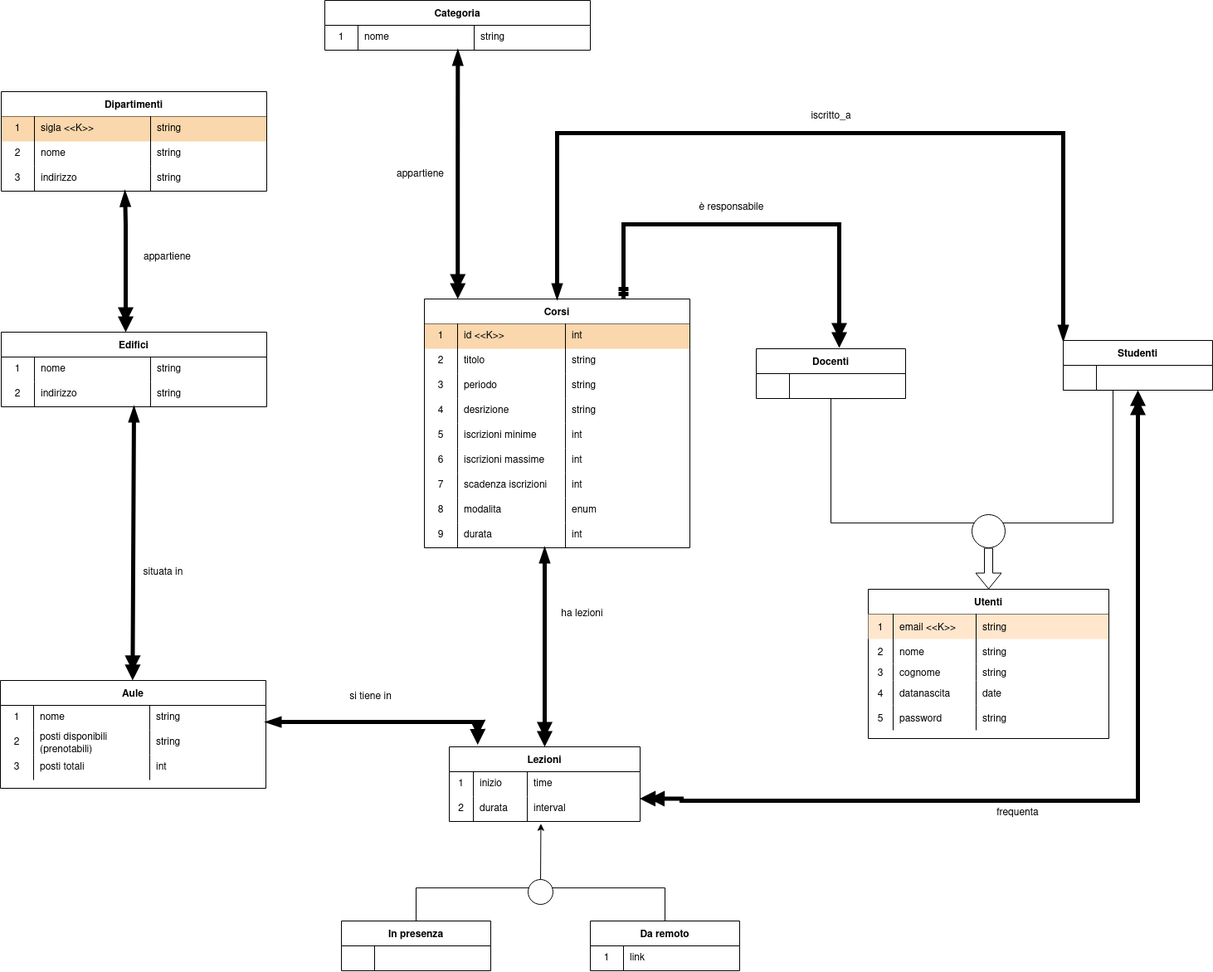
The draw.io diagram docs/SchemaOggetti.drawio.png in nicolamarizza/DbProject, before a commit. Source tidied: cells renumbered, new cells last; positions are measured from the earlier drawing's top-left corner, leaving out a move shared by most shapes.
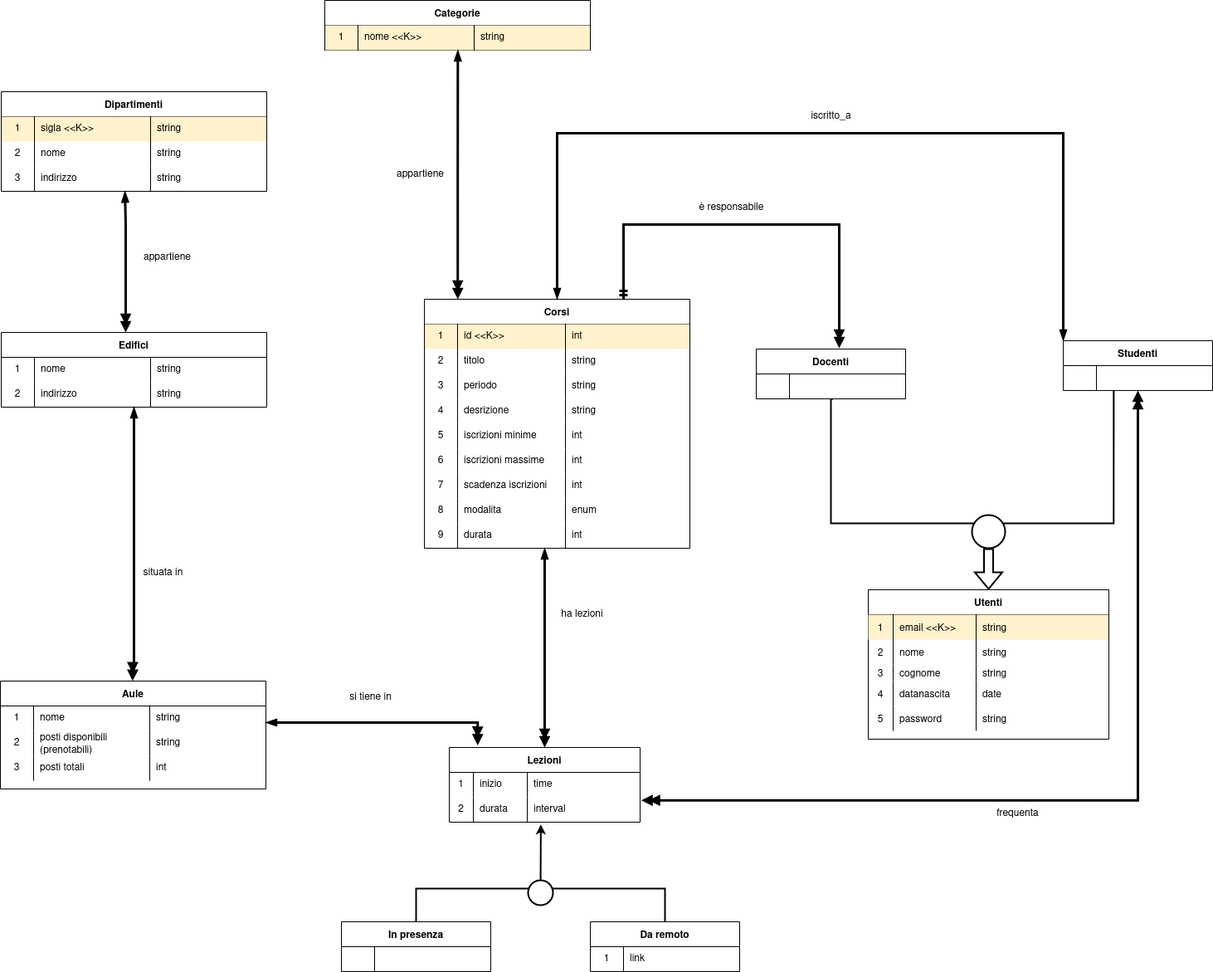
The same diagram one commit later.

Commit message:
schema relazionale

Diff of the diagram source:
```diff
@@ -2,7 +2,7 @@
   <root>
     <mxCell id="0" />
     <mxCell id="1" parent="0" />
-    <mxCell id="2" style="edgeStyle=orthogonalEdgeStyle;rounded=0;jettySize=auto;html=1;exitX=1;exitY=1;exitDx=0;exitDy=0;entryX=0;entryY=1;entryDx=0;entryDy=0;endArrow=none;endFill=0;" parent="1" edge="1" source="3" target="8">
+    <mxCell id="2" style="edgeStyle=orthogonalEdgeStyle;rounded=0;jettySize=auto;html=1;exitX=0.512;exitY=1.013;exitDx=0;exitDy=0;entryX=0.338;entryY=1.008;entryDx=0;entryDy=0;endArrow=none;endFill=0;strokeWidth=2;exitPerimeter=0;entryPerimeter=0;" parent="1" edge="1" source="4" target="9">
       <mxGeometry relative="1" as="geometry">
         <Array as="points">
           <mxPoint x="1001" y="480" />
@@ -24,12 +24,10 @@
     <mxCell id="6" style="shape=partialRectangle;html=1;whiteSpace=wrap;fillColor=none;top=0;left=0;bottom=0;right=0;align=left;spacingLeft=6;overflow=hidden;" parent="4" vertex="1">
       <mxGeometry x="40" width="140" height="30" as="geometry" />
     </mxCell>
-    <mxCell id="7" style="edgeStyle=orthogonalEdgeStyle;rounded=0;jettySize=auto;html=1;exitX=0.5;exitY=1;exitDx=0;exitDy=0;startArrow=doubleBlock;startFill=1;endArrow=doubleBlock;endFill=1;strokeWidth=5;entryX=0.998;entryY=1.082;entryDx=0;entryDy=0;entryPerimeter=0;" parent="1" edge="1" source="8" target="18">
+    <mxCell id="7" style="edgeStyle=orthogonalEdgeStyle;rounded=0;jettySize=auto;html=1;exitX=0.5;exitY=1;exitDx=0;exitDy=0;startArrow=doubleBlock;startFill=1;endArrow=doubleBlock;endFill=1;strokeWidth=3;entryX=1.006;entryY=0.123;entryDx=0;entryDy=0;entryPerimeter=0;" parent="1" edge="1" source="8" target="22">
       <mxGeometry relative="1" as="geometry">
         <Array as="points">
-          <mxPoint x="1371" y="965" />
-          <mxPoint x="821" y="965" />
-          <mxPoint x="821" y="963" />
+          <mxPoint x="1371" y="964" />
         </Array>
       </mxGeometry>
     </mxCell>
@@ -45,15 +43,15 @@
     <mxCell id="11" style="shape=partialRectangle;html=1;whiteSpace=wrap;fillColor=none;top=0;left=0;bottom=0;right=0;align=left;spacingLeft=6;overflow=hidden;" parent="9" vertex="1">
       <mxGeometry x="40" width="140" height="30" as="geometry" />
     </mxCell>
-    <mxCell id="12" style="shape=flexArrow;endArrow=classic;html=1;rounded=0;entryX=0.5;entryY=0;entryDx=0;entryDy=0;exitX=0.5;exitY=1;exitDx=0;exitDy=0;" parent="1" edge="1" source="13">
+    <mxCell id="12" style="shape=flexArrow;endArrow=classic;html=1;rounded=0;entryX=0.5;entryY=0;entryDx=0;entryDy=0;exitX=0.5;exitY=1;exitDx=0;exitDy=0;strokeWidth=2;" parent="1" edge="1" source="13">
       <mxGeometry relative="1" as="geometry">
         <mxPoint x="1191" y="710" as="targetPoint" />
       </mxGeometry>
     </mxCell>
-    <mxCell id="13" style="ellipse;whiteSpace=wrap;html=1;" parent="1" vertex="1">
+    <mxCell id="13" style="ellipse;whiteSpace=wrap;html=1;strokeWidth=2;" parent="1" vertex="1">
       <mxGeometry x="1171" y="620" width="40" height="40" as="geometry" />
     </mxCell>
-    <mxCell id="14" style="edgeStyle=orthogonalEdgeStyle;rounded=0;jettySize=auto;html=1;endArrow=doubleBlock;endFill=1;strokeWidth=5;startArrow=ERmandOne;startFill=0;exitX=0.75;exitY=0;exitDx=0;exitDy=0;" parent="1" edge="1" source="26">
+    <mxCell id="14" style="edgeStyle=orthogonalEdgeStyle;rounded=0;jettySize=auto;html=1;endArrow=doubleBlock;endFill=1;strokeWidth=3;startArrow=ERmandOne;startFill=0;exitX=0.75;exitY=0;exitDx=0;exitDy=0;" parent="1" edge="1" source="26">
       <mxGeometry relative="1" as="geometry">
         <mxPoint x="1011" y="419" as="targetPoint" />
         <Array as="points">
@@ -62,7 +60,7 @@
         </Array>
       </mxGeometry>
     </mxCell>
-    <mxCell id="15" style="edgeStyle=orthogonalEdgeStyle;rounded=0;jettySize=auto;html=1;exitX=0.5;exitY=0;exitDx=0;exitDy=0;startArrow=doubleBlock;startFill=1;endArrow=blockThin;endFill=1;strokeWidth=5;" parent="1" edge="1" source="17" target="59">
+    <mxCell id="15" style="edgeStyle=orthogonalEdgeStyle;rounded=0;jettySize=auto;html=1;exitX=0.5;exitY=0;exitDx=0;exitDy=0;startArrow=doubleBlock;startFill=1;endArrow=blockThin;endFill=1;strokeWidth=3;" parent="1" edge="1" source="17" target="59">
       <mxGeometry relative="1" as="geometry">
         <Array as="points">
           <mxPoint x="656" y="660" />
@@ -70,7 +68,7 @@
         </Array>
       </mxGeometry>
     </mxCell>
-    <mxCell id="16" style="edgeStyle=orthogonalEdgeStyle;rounded=0;jettySize=auto;html=1;exitX=0.149;exitY=-0.028;exitDx=0;exitDy=0;startArrow=doubleBlock;startFill=1;endArrow=blockThin;endFill=1;strokeWidth=5;exitPerimeter=0;" parent="1" edge="1" source="17" target="64">
+    <mxCell id="16" style="edgeStyle=orthogonalEdgeStyle;rounded=0;jettySize=auto;html=1;exitX=0.149;exitY=-0.028;exitDx=0;exitDy=0;startArrow=doubleBlock;startFill=1;endArrow=blockThin;endFill=1;strokeWidth=3;exitPerimeter=0;" parent="1" edge="1" source="17" target="64">
       <mxGeometry relative="1" as="geometry">
         <Array as="points">
           <mxPoint x="575" y="870" />
@@ -110,13 +108,13 @@
     <mxCell id="27" style="shape=tableRow;horizontal=0;startSize=0;swimlaneHead=0;swimlaneBody=0;top=0;left=0;bottom=0;right=0;fillColor=none;" parent="26" vertex="1">
       <mxGeometry y="30" width="320" height="30" as="geometry" />
     </mxCell>
-    <mxCell id="28" value="1" style="shape=partialRectangle;html=1;whiteSpace=wrap;fillColor=#fad7ac;top=0;left=1;bottom=0;right=1;overflow=hidden;strokeColor=#000000;" parent="27" vertex="1">
+    <mxCell id="28" value="1" style="shape=partialRectangle;html=1;whiteSpace=wrap;fillColor=#fff2cc;top=0;left=1;bottom=0;right=1;overflow=hidden;strokeColor=#000000;" parent="27" vertex="1">
       <mxGeometry width="40" height="30" as="geometry" />
     </mxCell>
-    <mxCell id="29" value="id &amp;lt;&amp;lt;K&amp;gt;&amp;gt;" style="shape=partialRectangle;html=1;whiteSpace=wrap;fillColor=#fad7ac;top=0;left=1;bottom=0;right=1;align=left;spacingLeft=6;overflow=hidden;strokeColor=#000000;" parent="27" vertex="1">
+    <mxCell id="29" value="id &amp;lt;&amp;lt;K&amp;gt;&amp;gt;" style="shape=partialRectangle;html=1;whiteSpace=wrap;fillColor=#fff2cc;top=0;left=1;bottom=0;right=1;align=left;spacingLeft=6;overflow=hidden;strokeColor=#000000;" parent="27" vertex="1">
       <mxGeometry x="40" width="130" height="30" as="geometry" />
     </mxCell>
-    <mxCell id="30" value="int" style="shape=partialRectangle;html=1;whiteSpace=wrap;fillColor=#fad7ac;top=0;left=1;bottom=0;right=1;align=left;spacingLeft=6;overflow=hidden;strokeColor=#000000;" parent="27" vertex="1">
+    <mxCell id="30" value="int" style="shape=partialRectangle;html=1;whiteSpace=wrap;fillColor=#fff2cc;top=0;left=1;bottom=0;right=1;align=left;spacingLeft=6;overflow=hidden;strokeColor=#000000;" parent="27" vertex="1">
       <mxGeometry x="170" width="150" height="30" as="geometry" />
     </mxCell>
     <mxCell id="31" style="shape=tableRow;horizontal=0;startSize=0;swimlaneHead=0;swimlaneBody=0;top=0;left=0;bottom=0;right=0;fillColor=none;" parent="26" vertex="1">
@@ -215,7 +213,7 @@
     <mxCell id="62" value="int" style="shape=partialRectangle;html=1;whiteSpace=wrap;fillColor=none;top=0;left=0;bottom=0;right=0;align=left;spacingLeft=6;overflow=hidden;" parent="59" vertex="1">
       <mxGeometry x="170" width="150" height="30" as="geometry" />
     </mxCell>
-    <mxCell id="63" style="edgeStyle=orthogonalEdgeStyle;rounded=0;jettySize=auto;html=1;entryX=0.5;entryY=1;entryDx=0;entryDy=0;startArrow=doubleBlock;startFill=1;endArrow=blockThin;endFill=1;strokeWidth=5;exitX=0.498;exitY=-0.001;exitDx=0;exitDy=0;exitPerimeter=0;" parent="1" edge="1" source="64" target="77">
+    <mxCell id="63" style="edgeStyle=orthogonalEdgeStyle;rounded=0;jettySize=auto;html=1;entryX=0.5;entryY=1;entryDx=0;entryDy=0;startArrow=doubleBlock;startFill=1;endArrow=blockThin;endFill=1;strokeWidth=3;exitX=0.498;exitY=-0.001;exitDx=0;exitDy=0;exitPerimeter=0;" parent="1" edge="1" source="64" target="77">
       <mxGeometry relative="1" as="geometry">
         <Array as="points">
           <mxPoint x="159" y="800" />
@@ -289,7 +287,7 @@
     <mxCell id="85" value="string" style="shape=partialRectangle;html=1;whiteSpace=wrap;fillColor=none;top=0;left=0;bottom=0;right=0;align=left;spacingLeft=6;overflow=hidden;" parent="82" vertex="1">
       <mxGeometry x="180" width="140" height="30" as="geometry" />
     </mxCell>
-    <mxCell id="86" style="edgeStyle=orthogonalEdgeStyle;rounded=0;jettySize=auto;html=1;exitX=0.5;exitY=0;exitDx=0;exitDy=0;entryX=0;entryY=0;entryDx=0;entryDy=0;startArrow=blockThin;startFill=1;endArrow=blockThin;endFill=1;strokeWidth=5;" parent="1" edge="1" source="26" target="8">
+    <mxCell id="86" style="edgeStyle=orthogonalEdgeStyle;rounded=0;jettySize=auto;html=1;exitX=0.5;exitY=0;exitDx=0;exitDy=0;entryX=0;entryY=0;entryDx=0;entryDy=0;startArrow=blockThin;startFill=1;endArrow=blockThin;endFill=1;strokeWidth=3;" parent="1" edge="1" source="26" target="8">
       <mxGeometry relative="1" as="geometry">
         <Array as="points">
           <mxPoint x="671" y="160" />
@@ -309,7 +307,7 @@
     <mxCell id="90" value="si tiene in" style="text;html=1;align=center;verticalAlign=middle;strokeColor=none;fillColor=none;" parent="1" vertex="1">
       <mxGeometry x="411" y="830" width="70" height="20" as="geometry" />
     </mxCell>
-    <mxCell id="91" style="edgeStyle=orthogonalEdgeStyle;rounded=0;jettySize=auto;html=1;exitX=0.5;exitY=0;exitDx=0;exitDy=0;entryX=0.5;entryY=0;entryDx=0;entryDy=0;startArrow=none;startFill=0;endArrow=none;endFill=0;strokeWidth=1;" parent="1" edge="1" source="92" target="96">
+    <mxCell id="91" style="edgeStyle=orthogonalEdgeStyle;rounded=0;jettySize=auto;html=1;exitX=0.5;exitY=0;exitDx=0;exitDy=0;entryX=0.5;entryY=0;entryDx=0;entryDy=0;startArrow=none;startFill=0;endArrow=none;endFill=0;strokeWidth=2;" parent="1" edge="1" source="92" target="96">
       <mxGeometry relative="1" as="geometry">
         <Array as="points">
           <mxPoint x="501" y="1070" />
@@ -341,12 +339,12 @@
     <mxCell id="99" value="link" style="shape=partialRectangle;html=1;whiteSpace=wrap;fillColor=none;top=0;left=0;bottom=0;right=0;align=left;spacingLeft=6;overflow=hidden;" parent="97" vertex="1">
       <mxGeometry x="40" width="140" height="30" as="geometry" />
     </mxCell>
-    <mxCell id="100" style="endArrow=classic;html=1;rounded=0;entryX=0.48;entryY=1.089;entryDx=0;entryDy=0;entryPerimeter=0;" parent="1" edge="1" target="22">
+    <mxCell id="100" style="endArrow=classic;html=1;rounded=0;entryX=0.48;entryY=1.089;entryDx=0;entryDy=0;entryPerimeter=0;strokeWidth=2;" parent="1" edge="1" target="22">
       <mxGeometry relative="1" as="geometry">
         <mxPoint x="651" y="1070" as="sourcePoint" />
       </mxGeometry>
     </mxCell>
-    <mxCell id="101" style="ellipse;whiteSpace=wrap;html=1;" parent="1" vertex="1">
+    <mxCell id="101" style="ellipse;whiteSpace=wrap;html=1;strokeWidth=2;" parent="1" vertex="1">
       <mxGeometry x="636" y="1060" width="30" height="30" as="geometry" />
     </mxCell>
     <mxCell id="102" value="ha lezioni" style="text;html=1;align=center;verticalAlign=middle;strokeColor=none;fillColor=none;" parent="1" vertex="1">
@@ -358,13 +356,13 @@
     <mxCell id="104" style="shape=tableRow;horizontal=0;startSize=0;swimlaneHead=0;swimlaneBody=0;fillColor=none;top=0;left=0;right=0;bottom=0;" parent="103" vertex="1">
       <mxGeometry y="30" width="290" height="30" as="geometry" />
     </mxCell>
-    <mxCell id="105" value="1" style="shape=partialRectangle;fillColor=#ffe6cc;top=0;left=0;bottom=0;right=1;overflow=hidden;strokeColor=#000000;perimeterSpacing=1;strokeWidth=1;" parent="104" vertex="1">
+    <mxCell id="105" value="1" style="shape=partialRectangle;fillColor=#fff2cc;top=0;left=0;bottom=0;right=1;overflow=hidden;strokeColor=#000000;perimeterSpacing=1;strokeWidth=1;" parent="104" vertex="1">
       <mxGeometry width="30" height="30" as="geometry" />
     </mxCell>
-    <mxCell id="106" value="email &lt;&lt;K&gt;&gt;   " style="shape=partialRectangle;fillColor=#ffe6cc;top=0;left=1;bottom=0;right=1;align=left;spacingLeft=6;overflow=hidden;strokeColor=#000000;perimeterSpacing=1;strokeWidth=1;" parent="104" vertex="1">
+    <mxCell id="106" value="email &lt;&lt;K&gt;&gt;   " style="shape=partialRectangle;fillColor=#fff2cc;top=0;left=1;bottom=0;right=1;align=left;spacingLeft=6;overflow=hidden;strokeColor=#000000;perimeterSpacing=1;strokeWidth=1;" parent="104" vertex="1">
       <mxGeometry x="30" width="100" height="30" as="geometry" />
     </mxCell>
-    <mxCell id="107" value="string    " style="shape=partialRectangle;fillColor=#ffe6cc;top=0;left=1;bottom=0;right=1;align=left;spacingLeft=6;overflow=hidden;strokeColor=#000000;strokeWidth=1;perimeterSpacing=0;" parent="104" vertex="1">
+    <mxCell id="107" value="string    " style="shape=partialRectangle;fillColor=#fff2cc;top=0;left=1;bottom=0;right=1;align=left;spacingLeft=6;overflow=hidden;strokeColor=#000000;strokeWidth=1;perimeterSpacing=0;" parent="104" vertex="1">
       <mxGeometry x="130" width="160" height="30" as="geometry" />
     </mxCell>
     <mxCell id="108" style="shape=tableRow;horizontal=0;startSize=0;swimlaneHead=0;swimlaneBody=0;fillColor=none;top=0;left=0;right=0;bottom=0;" parent="103" vertex="1">
@@ -421,13 +419,13 @@
     <mxCell id="125" style="shape=tableRow;horizontal=0;startSize=0;swimlaneHead=0;swimlaneBody=0;top=0;left=0;bottom=0;right=0;fillColor=none;" parent="124" vertex="1">
       <mxGeometry y="30" width="320" height="30" as="geometry" />
     </mxCell>
-    <mxCell id="126" value="1" style="shape=partialRectangle;html=1;whiteSpace=wrap;fillColor=#fad7ac;top=0;left=1;bottom=0;right=1;overflow=hidden;strokeColor=#000000;" parent="125" vertex="1">
+    <mxCell id="126" value="1" style="shape=partialRectangle;html=1;whiteSpace=wrap;fillColor=#fff2cc;top=0;left=1;bottom=0;right=1;overflow=hidden;strokeColor=#000000;" parent="125" vertex="1">
       <mxGeometry width="40" height="30" as="geometry" />
     </mxCell>
-    <mxCell id="127" value="sigla &amp;lt;&amp;lt;K&amp;gt;&amp;gt;" style="shape=partialRectangle;html=1;whiteSpace=wrap;fillColor=#fad7ac;top=0;left=1;bottom=0;right=1;align=left;spacingLeft=6;overflow=hidden;strokeColor=#000000;" parent="125" vertex="1">
+    <mxCell id="127" value="sigla &amp;lt;&amp;lt;K&amp;gt;&amp;gt;" style="shape=partialRectangle;html=1;whiteSpace=wrap;fillColor=#fff2cc;top=0;left=1;bottom=0;right=1;align=left;spacingLeft=6;overflow=hidden;strokeColor=#000000;" parent="125" vertex="1">
       <mxGeometry x="40" width="140" height="30" as="geometry" />
     </mxCell>
-    <mxCell id="128" value="string" style="shape=partialRectangle;html=1;whiteSpace=wrap;fillColor=#fad7ac;top=0;left=1;bottom=0;right=1;align=left;spacingLeft=6;overflow=hidden;strokeColor=#000000;" parent="125" vertex="1">
+    <mxCell id="128" value="string" style="shape=partialRectangle;html=1;whiteSpace=wrap;fillColor=#fff2cc;top=0;left=1;bottom=0;right=1;align=left;spacingLeft=6;overflow=hidden;strokeColor=#000000;" parent="125" vertex="1">
       <mxGeometry x="180" width="140" height="30" as="geometry" />
     </mxCell>
     <mxCell id="129" style="shape=tableRow;horizontal=0;startSize=0;swimlaneHead=0;swimlaneBody=0;top=0;left=0;bottom=0;right=0;fillColor=none;" parent="124" vertex="1">
@@ -454,7 +452,7 @@
     <mxCell id="136" value="string" style="shape=partialRectangle;html=1;whiteSpace=wrap;fillColor=none;top=0;left=0;bottom=0;right=0;align=left;spacingLeft=6;overflow=hidden;" parent="133" vertex="1">
       <mxGeometry x="180" width="140" height="30" as="geometry" />
     </mxCell>
-    <mxCell id="137" style="edgeStyle=orthogonalEdgeStyle;rounded=0;jettySize=auto;html=1;startArrow=doubleBlock;startFill=1;endArrow=blockThin;endFill=1;strokeWidth=5;entryX=0.466;entryY=1;entryDx=0;entryDy=0;entryPerimeter=0;" parent="1" edge="1" target="133">
+    <mxCell id="137" style="edgeStyle=orthogonalEdgeStyle;rounded=0;jettySize=auto;html=1;startArrow=doubleBlock;startFill=1;endArrow=blockThin;endFill=1;strokeWidth=3;entryX=0.466;entryY=1;entryDx=0;entryDy=0;entryPerimeter=0;" parent="1" edge="1" target="133">
       <mxGeometry relative="1" as="geometry">
         <mxPoint x="151" y="400" as="sourcePoint" />
         <Array as="points">
@@ -466,22 +464,22 @@
     <mxCell id="138" value="appartiene" style="text;html=1;align=center;verticalAlign=middle;strokeColor=none;fillColor=none;" parent="1" vertex="1">
       <mxGeometry x="166" y="300" width="70" height="20" as="geometry" />
     </mxCell>
-    <mxCell id="139" value="Categoria" style="shape=table;startSize=30;rowLines=0;fontStyle=1;" parent="1" vertex="1">
+    <mxCell id="139" value="Categorie" style="shape=table;startSize=30;rowLines=0;fontStyle=1;" parent="1" vertex="1">
       <mxGeometry x="391" width="320" height="60" as="geometry" />
     </mxCell>
     <mxCell id="140" style="shape=tableRow;horizontal=0;startSize=0;swimlaneHead=0;swimlaneBody=0;top=0;left=0;bottom=0;right=0;fillColor=none;points=[[0,0.5],[1,0.5]];portConstraint=eastwest;" parent="139" vertex="1">
       <mxGeometry y="30" width="320" height="30" as="geometry" />
     </mxCell>
-    <mxCell id="141" value="1" style="shape=partialRectangle;html=1;whiteSpace=wrap;fillColor=none;top=0;left=0;bottom=0;right=0;overflow=hidden;" parent="140" vertex="1">
+    <mxCell id="141" value="1" style="shape=partialRectangle;html=1;whiteSpace=wrap;fillColor=#fff2cc;top=0;left=1;bottom=0;right=1;overflow=hidden;strokeColor=#000000;" parent="140" vertex="1">
       <mxGeometry width="40" height="30" as="geometry" />
     </mxCell>
-    <mxCell id="142" value="nome" style="shape=partialRectangle;html=1;whiteSpace=wrap;fillColor=none;top=0;left=0;bottom=0;right=0;align=left;spacingLeft=6;overflow=hidden;" parent="140" vertex="1">
+    <mxCell id="142" value="nome &amp;lt;&amp;lt;K&amp;gt;&amp;gt;" style="shape=partialRectangle;html=1;whiteSpace=wrap;fillColor=#fff2cc;top=0;left=1;bottom=0;right=1;align=left;spacingLeft=6;overflow=hidden;strokeColor=#000000;" parent="140" vertex="1">
       <mxGeometry x="40" width="140" height="30" as="geometry" />
     </mxCell>
-    <mxCell id="143" value="string" style="shape=partialRectangle;html=1;whiteSpace=wrap;fillColor=none;top=0;left=0;bottom=0;right=0;align=left;spacingLeft=6;overflow=hidden;" parent="140" vertex="1">
+    <mxCell id="143" value="string" style="shape=partialRectangle;html=1;whiteSpace=wrap;fillColor=#fff2cc;top=0;left=1;bottom=0;right=1;align=left;spacingLeft=6;overflow=hidden;strokeColor=#000000;" parent="140" vertex="1">
       <mxGeometry x="180" width="140" height="30" as="geometry" />
     </mxCell>
-    <mxCell id="144" style="edgeStyle=orthogonalEdgeStyle;rounded=0;jettySize=auto;html=1;startArrow=doubleBlock;startFill=1;endArrow=blockThin;endFill=1;strokeWidth=5;entryX=0.501;entryY=1;entryDx=0;entryDy=0;entryPerimeter=0;" parent="1" edge="1" target="140">
+    <mxCell id="144" style="edgeStyle=orthogonalEdgeStyle;rounded=0;jettySize=auto;html=1;startArrow=doubleBlock;startFill=1;endArrow=blockThin;endFill=1;strokeWidth=3;entryX=0.501;entryY=1;entryDx=0;entryDy=0;entryPerimeter=0;" parent="1" edge="1" target="140">
       <mxGeometry relative="1" as="geometry">
         <mxPoint x="551.2" y="360" as="sourcePoint" />
       </mxGeometry>
```
